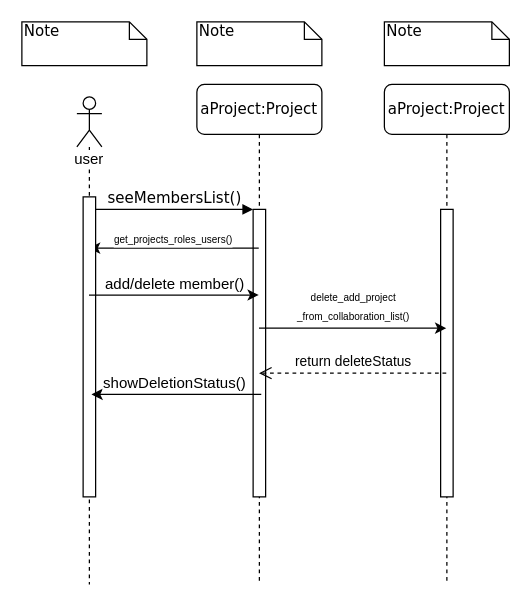
amirabbas8/ScrumOfficer keeps this draw.io diagram as Behavioral Modeling/See and Add or Delete Member Sequence Diagram.drawio. Above is the earlier version. Source tidied: cells renumbered, new cells numbered last; positions are measured from the earlier drawing's top-left corner, leaving out a move shared by most shapes. Both pictures are drawn from the tidied source at 125%, with x=0, y=0 at pixel (21, 21).
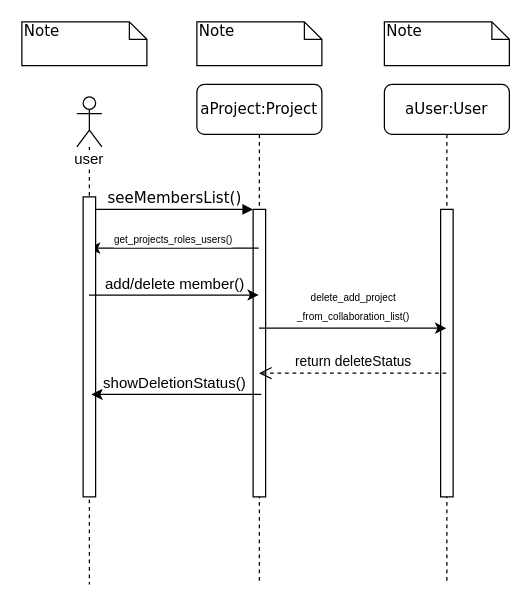
The same diagram, later.

Change to the diagram source:
```diff
@@
-    <mxCell id="13" value="aProject:Project" style="shape=umlLifeline;perimeter=lifelinePerimeter;whiteSpace=wrap;html=1;rounded=1;shadow=0;comic=0;labelBackgroundColor=none;strokeColor=#000000;strokeWidth=1;fillColor=#FFFFFF;fontFamily=Verdana;fontSize=12;fontColor=#000000;align=center;" parent="1" vertex="1">
+    <mxCell id="13" value="aUser:User" style="shape=umlLifeline;perimeter=lifelinePerimeter;whiteSpace=wrap;html=1;rounded=1;shadow=0;comic=0;labelBackgroundColor=none;strokeColor=#000000;strokeWidth=1;fillColor=#FFFFFF;fontFamily=Verdana;fontSize=12;fontColor=#000000;align=center;" parent="1" vertex="1">
       <mxGeometry x="290" y="50" width="100" height="400" as="geometry" />
     </mxCell>
```
